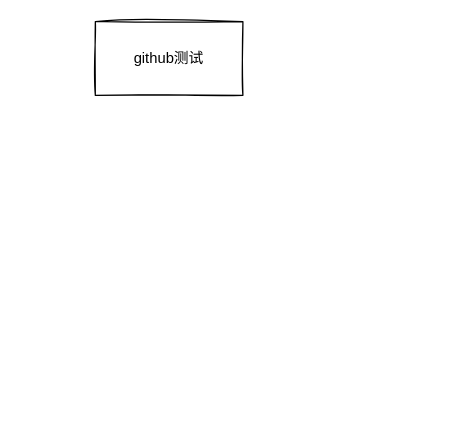
Earlier version of the draw.io diagram 配置平台-服务重启流程图.drawio (chensiyu123456/drawio-files). Source tidied: cells renumbered, new cells numbered last; positions are measured from the earlier drawing's top-left corner, leaving out a move shared by most shapes. Both pictures are drawn from the tidied source at 123%, with x=0, y=0 at pixel (95, 21).
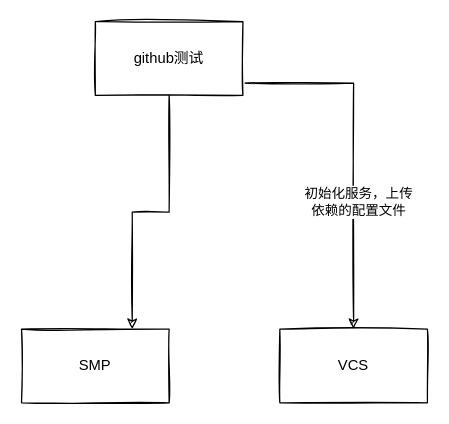
The same page after the edit.

Commit message (it also covers changes not shown here):
更新配置平台-服务重启流程图.drawio

Change to the diagram source:
```diff
@@
 <mxGraphModel>
   <root>
     <mxCell id="0" />
     <mxCell id="1" parent="0" />
+    <mxCell id="3" style="edgeStyle=orthogonalEdgeStyle;rounded=0;jettySize=auto;html=1;entryX=0.75;entryY=0;entryDx=0;entryDy=0;sketch=1;" parent="1" edge="1" source="2" target="6">
+      <mxGeometry relative="1" as="geometry" />
+    </mxCell>
+    <mxCell id="4" style="edgeStyle=orthogonalEdgeStyle;rounded=0;sketch=1;jettySize=auto;html=1;entryX=0.5;entryY=0;entryDx=0;entryDy=0;" parent="1" edge="1" source="2" target="7">
+      <mxGeometry relative="1" as="geometry">
+        <Array as="points">
+          <mxPoint x="210" y="50" />
+        </Array>
+      </mxGeometry>
+    </mxCell>
+    <mxCell id="5" value="初始化服务，上传&lt;br&gt;依赖的配置文件" style="edgeLabel;html=1;align=center;verticalAlign=middle;" parent="4" vertex="1">
+      <mxGeometry x="0.28" y="3" relative="1" as="geometry" />
+    </mxCell>
     <mxCell id="2" value="github测试" style="rounded=0;whiteSpace=wrap;html=1;sketch=1;" parent="1" vertex="1">
       <mxGeometry width="120" height="60" as="geometry" />
     </mxCell>
+    <mxCell id="6" value="SMP" style="rounded=0;whiteSpace=wrap;html=1;sketch=1;" parent="1" vertex="1">
+      <mxGeometry x="-60" y="250" width="120" height="60" as="geometry" />
+    </mxCell>
+    <mxCell id="7" value="VCS" style="rounded=0;whiteSpace=wrap;html=1;sketch=1;" parent="1" vertex="1">
+      <mxGeometry x="150" y="250" width="120" height="60" as="geometry" />
+    </mxCell>
   </root>
 </mxGraphModel>
```
